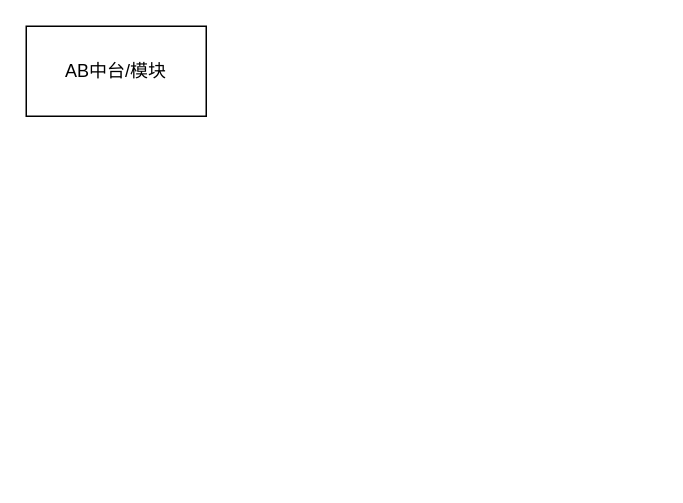
Above: 推荐AB测试.drawio in skriser/pythonlearn (draw.io), before the change. Source tidied: cells renumbered, new cells numbered last; positions are measured from the earlier drawing's top-left corner, leaving out a move shared by most shapes. Both pictures are drawn from the tidied source at 150%, with x=0, y=0 at pixel (26, 26).
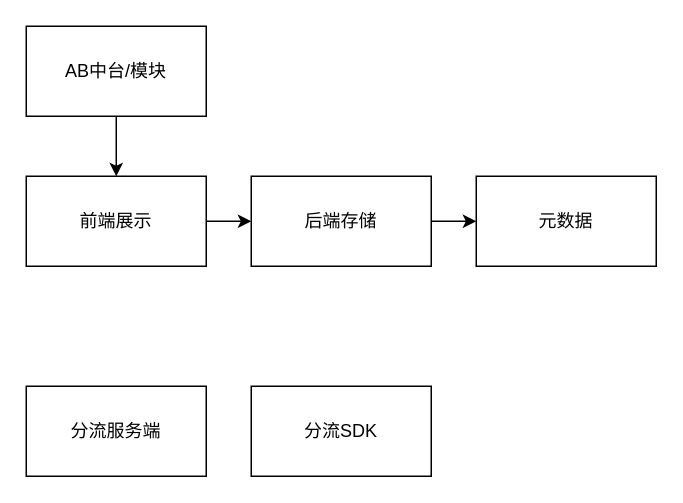
Above is the later version.

Commit message (it also covers changes not shown here):
更新推荐AB测试.drawio

What changed in the source:
```diff
@@
 <mxGraphModel>
   <root>
     <mxCell id="0" />
     <mxCell id="1" parent="0" />
+    <mxCell id="3" style="edgeStyle=orthogonalEdgeStyle;rounded=0;jettySize=auto;html=1;exitX=0.5;exitY=1;exitDx=0;exitDy=0;" parent="1" edge="1" source="2">
+      <mxGeometry relative="1" as="geometry">
+        <mxPoint x="60" y="100" as="targetPoint" />
+      </mxGeometry>
+    </mxCell>
     <mxCell id="2" value="AB中台/模块" style="rounded=0;whiteSpace=wrap;html=1;" parent="1" vertex="1">
       <mxGeometry width="120" height="60" as="geometry" />
     </mxCell>
+    <mxCell id="4" style="edgeStyle=orthogonalEdgeStyle;rounded=0;jettySize=auto;html=1;exitX=1;exitY=0.5;exitDx=0;exitDy=0;entryX=0;entryY=0.5;entryDx=0;entryDy=0;" parent="1" edge="1" source="5" target="7">
+      <mxGeometry relative="1" as="geometry" />
+    </mxCell>
+    <mxCell id="5" value="前端展示" style="rounded=0;whiteSpace=wrap;html=1;" parent="1" vertex="1">
+      <mxGeometry y="100" width="120" height="60" as="geometry" />
+    </mxCell>
+    <mxCell id="6" style="edgeStyle=orthogonalEdgeStyle;rounded=0;jettySize=auto;html=1;exitX=1;exitY=0.5;exitDx=0;exitDy=0;" parent="1" edge="1" source="7">
+      <mxGeometry relative="1" as="geometry">
+        <mxPoint x="300" y="130" as="targetPoint" />
+      </mxGeometry>
+    </mxCell>
+    <mxCell id="7" value="后端存储" style="rounded=0;whiteSpace=wrap;html=1;" parent="1" vertex="1">
+      <mxGeometry x="150" y="100" width="120" height="60" as="geometry" />
+    </mxCell>
+    <mxCell id="8" value="元数据" style="rounded=0;whiteSpace=wrap;html=1;" parent="1" vertex="1">
+      <mxGeometry x="300" y="100" width="120" height="60" as="geometry" />
+    </mxCell>
+    <mxCell id="9" value="分流服务端" style="rounded=0;whiteSpace=wrap;html=1;" parent="1" vertex="1">
+      <mxGeometry y="240" width="120" height="60" as="geometry" />
+    </mxCell>
+    <mxCell id="10" value="分流SDK" style="rounded=0;whiteSpace=wrap;html=1;" parent="1" vertex="1">
+      <mxGeometry x="150" y="240" width="120" height="60" as="geometry" />
+    </mxCell>
   </root>
 </mxGraphModel>
```
